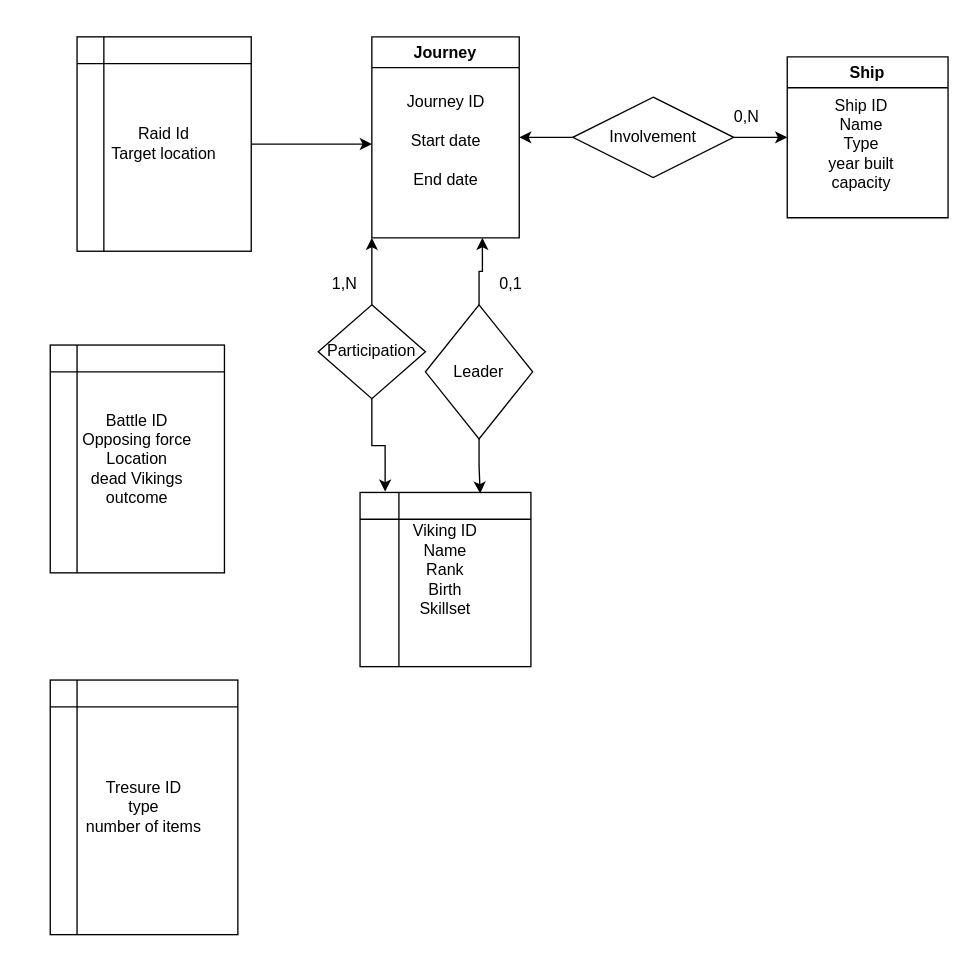
Markusgard/Databaser-innlevering keeps this draw.io diagram as P1.drawio. Above is the earlier version. Source tidied: cells renumbered, new cells numbered last; positions are measured from the earlier drawing's top-left corner, leaving out a move shared by most shapes. Both pictures are drawn from the tidied source at 134%, with x=0, y=0 at pixel (50, 36).
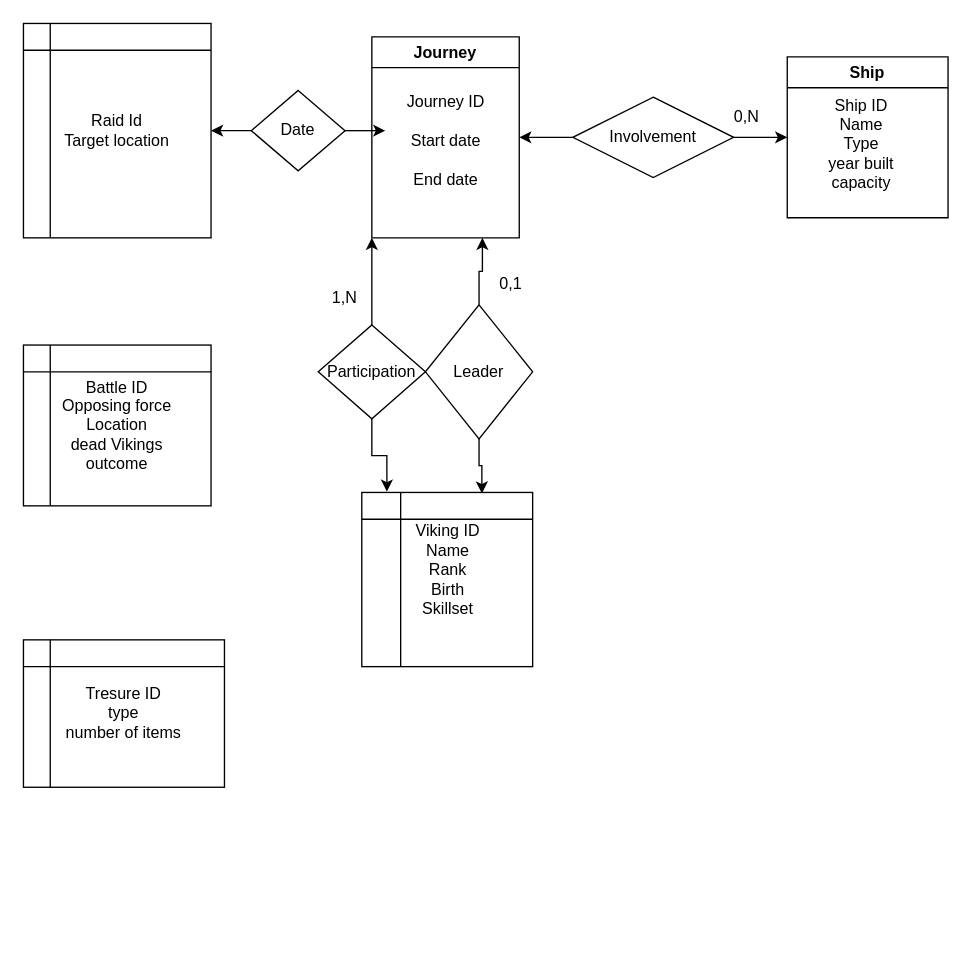
After the change.

Unchanged cells that the change refers to:
```xml
<mxCell id="2" value="Journey" style="swimlane;whiteSpace=wrap;html=1;" parent="1" vertex="1">
  <mxGeometry x="240" width="110" height="150" as="geometry" />
</mxCell>
```

Diff of the diagram source:
```diff
@@
+    <mxCell id="10" style="edgeStyle=orthogonalEdgeStyle;rounded=0;jettySize=auto;html=1;entryX=0;entryY=1;entryDx=0;entryDy=0;" parent="1" edge="1" source="11" target="2">
+      <mxGeometry relative="1" as="geometry" />
+    </mxCell>
     <mxCell id="9" value="Viking ID&lt;div&gt;Name&lt;/div&gt;&lt;div&gt;Rank&lt;/div&gt;&lt;div&gt;Birth&lt;/div&gt;&lt;div&gt;Skillset&lt;/div&gt;&lt;div&gt;&lt;br&gt;&lt;/div&gt;" style="shape=internalStorage;whiteSpace=wrap;html=1;backgroundOutline=1;dx=29;dy=20;" parent="1" vertex="1">
-      <mxGeometry x="231.2" y="340" width="127.5" height="130" as="geometry" />
+      <mxGeometry x="232.5" y="340" width="127.5" height="130" as="geometry" />
     </mxCell>
-    <mxCell id="10" style="edgeStyle=orthogonalEdgeStyle;rounded=0;jettySize=auto;html=1;entryX=0;entryY=1;entryDx=0;entryDy=0;" parent="1" edge="1" source="11" target="2">
-      <mxGeometry relative="1" as="geometry" />
-    </mxCell>
     <mxCell id="11" value="Participation" style="rhombus;whiteSpace=wrap;html=1;" parent="1" vertex="1">
-      <mxGeometry x="200" y="200" width="80" height="70" as="geometry" />
+      <mxGeometry x="200" y="215" width="80" height="70" as="geometry" />
     </mxCell>
@@
     <mxCell id="16" value="1,N" style="text;html=1;align=center;verticalAlign=middle;whiteSpace=wrap;rounded=0;" parent="1" vertex="1">
-      <mxGeometry x="190" y="170" width="60" height="30" as="geometry" />
+      <mxGeometry x="190" y="180" width="60" height="30" as="geometry" />
     </mxCell>
@@
-    <mxCell id="19" style="edgeStyle=orthogonalEdgeStyle;rounded=0;jettySize=auto;html=1;" parent="1" edge="1" source="20">
-      <mxGeometry relative="1" as="geometry">
-        <mxPoint x="240" y="80" as="targetPoint" />
-      </mxGeometry>
-    </mxCell>
     <mxCell id="20" value="Raid Id&lt;div&gt;Target location&lt;/div&gt;" style="shape=internalStorage;whiteSpace=wrap;html=1;backgroundOutline=1;" parent="1" vertex="1">
-      <mxGeometry x="20" width="130" height="160" as="geometry" />
+      <mxGeometry x="-20" y="-10" width="140" height="160" as="geometry" />
     </mxCell>
     <mxCell id="21" value="Battle ID&lt;div&gt;Opposing force&lt;/div&gt;&lt;div&gt;Location&lt;/div&gt;&lt;div&gt;dead Vikings&lt;/div&gt;&lt;div&gt;outcome&lt;/div&gt;" style="shape=internalStorage;whiteSpace=wrap;html=1;backgroundOutline=1;" parent="1" vertex="1">
-      <mxGeometry y="230" width="130" height="170" as="geometry" />
+      <mxGeometry x="-20" y="230" width="140" height="120" as="geometry" />
     </mxCell>
     <mxCell id="22" value="Tresure ID&lt;div&gt;type&lt;/div&gt;&lt;div&gt;number of items&lt;/div&gt;" style="shape=internalStorage;whiteSpace=wrap;html=1;backgroundOutline=1;" parent="1" vertex="1">
-      <mxGeometry y="480" width="140" height="190" as="geometry" />
+      <mxGeometry x="-20" y="450" width="150" height="110" as="geometry" />
     </mxCell>
+    <mxCell id="23" style="edgeStyle=orthogonalEdgeStyle;rounded=0;jettySize=auto;html=1;" parent="1" edge="1" source="25" target="20">
+      <mxGeometry relative="1" as="geometry" />
+    </mxCell>
+    <mxCell id="24" style="edgeStyle=orthogonalEdgeStyle;rounded=0;jettySize=auto;html=1;" parent="1" edge="1" source="25">
+      <mxGeometry relative="1" as="geometry">
+        <mxPoint x="250" y="70" as="targetPoint" />
+      </mxGeometry>
+    </mxCell>
+    <mxCell id="25" value="Date" style="rhombus;whiteSpace=wrap;html=1;" parent="1" vertex="1">
+      <mxGeometry x="150" y="40" width="70" height="60" as="geometry" />
+    </mxCell>
+    <mxCell id="26" style="edgeStyle=orthogonalEdgeStyle;rounded=0;orthogonalLoop=1;jettySize=auto;html=1;exitX=0.5;exitY=1;exitDx=0;exitDy=0;" parent="1" edge="1" source="21" target="21">
+      <mxGeometry relative="1" as="geometry" />
+    </mxCell>
```
